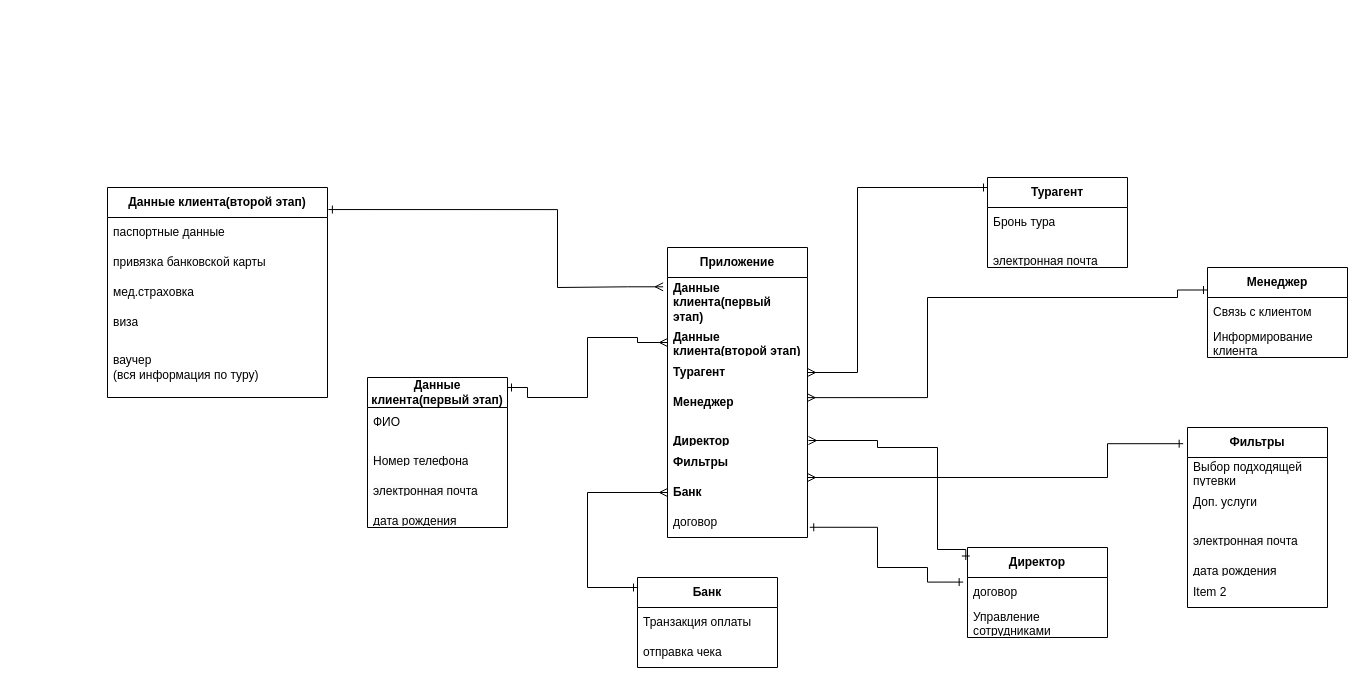
Above: ER_Tyragenstvo.drawio in xnfey/ER.diagram (draw.io), before the change. Source tidied: cells renumbered, new cells numbered last; positions are measured from the earlier drawing's top-left corner, leaving out a move shared by most shapes. Both pictures are drawn from the tidied source at 100%, with x=0, y=0 at pixel (17, -508).
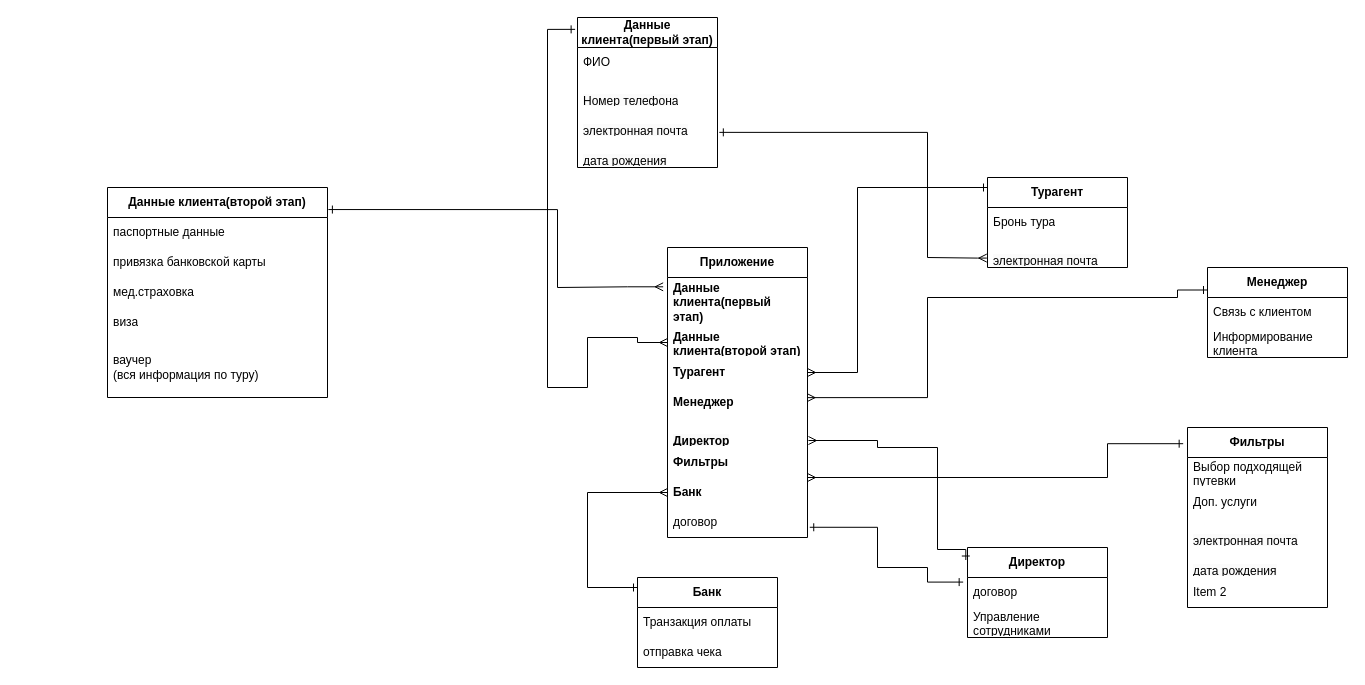
The same page after the edit.

The change refers to these unchanged cells:
```xml
<mxCell id="10" value="&lt;b style=&quot;border-color: var(--border-color); text-align: center;&quot;&gt;Данные клиента(второй этап)&lt;/b&gt;" style="text;strokeColor=none;fillColor=none;align=left;verticalAlign=middle;spacingLeft=4;spacingRight=4;overflow=hidden;points=[[0,0.5],[1,0.5]];portConstraint=eastwest;whiteSpace=wrap;html=1;" parent="8" vertex="1">
  <mxGeometry y="80" width="140" height="30" as="geometry" />
</mxCell>
<mxCell id="26" value="&#10;&lt;span style=&quot;color: rgb(0, 0, 0); font-family: Helvetica; font-size: 12px; font-style: normal; font-variant-ligatures: normal; font-variant-caps: normal; font-weight: 400; letter-spacing: normal; orphans: 2; text-align: center; text-indent: 0px; text-transform: none; widows: 2; word-spacing: 0px; -webkit-text-stroke-width: 0px; background-color: rgb(251, 251, 251); text-decoration-thickness: initial; text-decoration-style: initial; text-decoration-color: initial; float: none; display: inline !important;&quot;&gt;электронная почта&lt;/span&gt;&#10;&#10;" style="text;strokeColor=none;fillColor=none;align=left;verticalAlign=middle;spacingLeft=4;spacingRight=4;overflow=hidden;points=[[0,0.5],[1,0.5]];portConstraint=eastwest;whiteSpace=wrap;html=1;" parent="23" vertex="1">
  <mxGeometry y="90" width="140" height="30" as="geometry" />
</mxCell>
<mxCell id="36" value="&#10;&lt;span style=&quot;color: rgb(0, 0, 0); font-family: Helvetica; font-size: 12px; font-style: normal; font-variant-ligatures: normal; font-variant-caps: normal; font-weight: 400; letter-spacing: normal; orphans: 2; text-align: center; text-indent: 0px; text-transform: none; widows: 2; word-spacing: 0px; -webkit-text-stroke-width: 0px; background-color: rgb(251, 251, 251); text-decoration-thickness: initial; text-decoration-style: initial; text-decoration-color: initial; float: none; display: inline !important;&quot;&gt;электронная почта&lt;/span&gt;&#10;&#10;" style="text;strokeColor=none;fillColor=none;align=left;verticalAlign=middle;spacingLeft=4;spacingRight=4;overflow=hidden;points=[[0,0.5],[1,0.5]];portConstraint=eastwest;whiteSpace=wrap;html=1;" parent="34" vertex="1">
  <mxGeometry y="60" width="140" height="30" as="geometry" />
</mxCell>
```

The edit, as a diff of the source:
```diff
@@
     <mxCell id="23" value="&lt;b&gt;Данные клиента(первый этап)&lt;/b&gt;" style="swimlane;fontStyle=0;horizontal=1;startSize=30;whiteSpace=wrap;html=1;" parent="1" vertex="1">
-      <mxGeometry x="350" y="885" width="140" height="150" as="geometry" />
+      <mxGeometry x="560" y="525" width="140" height="150" as="geometry" />
     </mxCell>
@@
-    <mxCell id="43" style="edgeStyle=orthogonalEdgeStyle;rounded=0;jettySize=auto;html=1;strokeColor=default;startArrow=ERmany;startFill=0;endArrow=ERone;endFill=0;exitX=0;exitY=0.5;exitDx=0;exitDy=0;" parent="1" edge="1" source="10">
+    <mxCell id="43" style="edgeStyle=orthogonalEdgeStyle;rounded=0;jettySize=auto;html=1;strokeColor=default;startArrow=ERmany;startFill=0;endArrow=ERone;endFill=0;exitX=0;exitY=0.5;exitDx=0;exitDy=0;entryX=-0.017;entryY=0.079;entryDx=0;entryDy=0;entryPerimeter=0;" parent="1" edge="1" source="10" target="23">
       <mxGeometry relative="1" as="geometry">
-        <mxPoint x="490" y="895" as="targetPoint" />
         <Array as="points">
           <mxPoint x="620" y="850" />
           <mxPoint x="620" y="845" />
           <mxPoint x="570" y="845" />
-          <mxPoint x="570" y="905" />
-          <mxPoint x="510" y="905" />
-          <mxPoint x="510" y="895" />
+          <mxPoint x="570" y="895" />
+          <mxPoint x="530" y="895" />
+          <mxPoint x="530" y="537" />
         </Array>
       </mxGeometry>
     </mxCell>
@@
+    <mxCell id="50" style="edgeStyle=orthogonalEdgeStyle;rounded=0;jettySize=auto;html=1;strokeColor=default;startArrow=ERmany;startFill=0;endArrow=ERone;endFill=0;exitX=-0.005;exitY=0.686;exitDx=0;exitDy=0;exitPerimeter=0;entryX=1.013;entryY=0.829;entryDx=0;entryDy=0;entryPerimeter=0;" parent="1" edge="1" source="36" target="26">
+      <mxGeometry x="-1" y="-221" relative="1" as="geometry">
+        <Array as="points">
+          <mxPoint x="960" y="766" />
+          <mxPoint x="910" y="765" />
+          <mxPoint x="910" y="640" />
+        </Array>
+        <mxPoint x="220" y="196" as="offset" />
+      </mxGeometry>
+    </mxCell>
```
